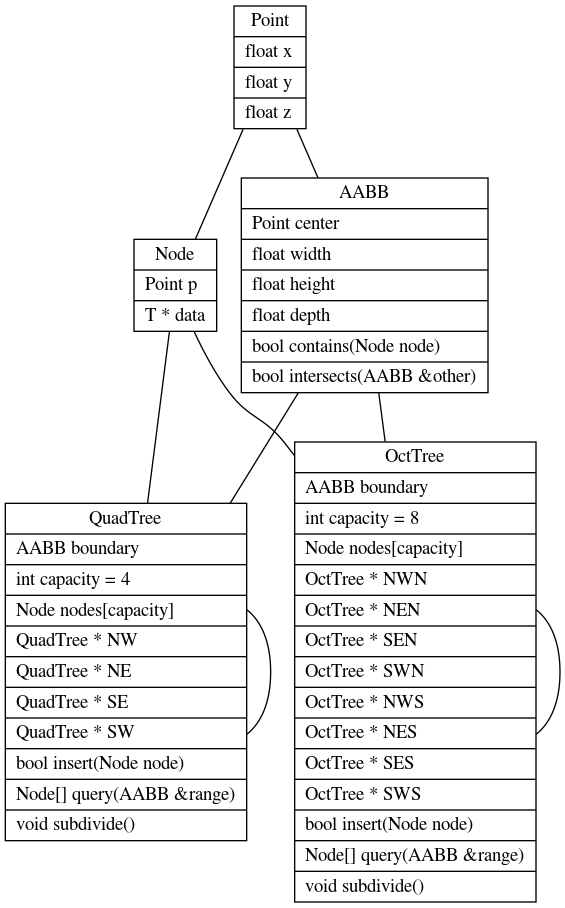
Before: doc/namespace.png, a diagram exported from Graphviz (pvorselaars/spatial-tree). Its source is kept beside it as doc/namespace.dot. Its diagram source:
```dot
graph namespace {

	node [shape=record]

	Point [label="{\N|
			float x\l|
			float y\l|
			float z\l}"]

	Element [label="{Node|
			  Point p\l|
			  T * data}"]

	AABB [label="{\N|
			Point center\l|
			float width\l|
			float height\l|
			float depth\l|
			bool contains(Node node)\l|
			bool intersects(AABB &other)\l}"]

	QuadTree [label="{\N|
			   AABB boundary\l|
			   int capacity = 4\l|
			   Node nodes[capacity]\l|
			   QuadTree * NW\l|
			   QuadTree * NE\l|
			   QuadTree * SE\l|
			   QuadTree * SW\l|
			   bool insert(Node node)\l|
			   Node[] query(AABB &range)\l|
			   void subdivide()\l}"]

	OctTree [label="{\N|
			  AABB boundary\l|
			  int capacity = 8\l|
			  Node nodes[capacity]\l|
			  OctTree * NWN\l|
			  OctTree * NEN\l|
			  OctTree * SEN\l|
			  OctTree * SWN\l|
			  OctTree * NWS\l|
			  OctTree * NES\l|
			  OctTree * SES\l|
			  OctTree * SWS\l|
			  bool insert(Node node)\l|
			  Node[] query(AABB &range)\l|
			  void subdivide()\l}"]


	Point -- AABB
	Point -- Element
	Element -- QuadTree
	Element -- OctTree
	AABB -- QuadTree
	AABB -- OctTree
	QuadTree -- QuadTree
	OctTree -- OctTree

}
```
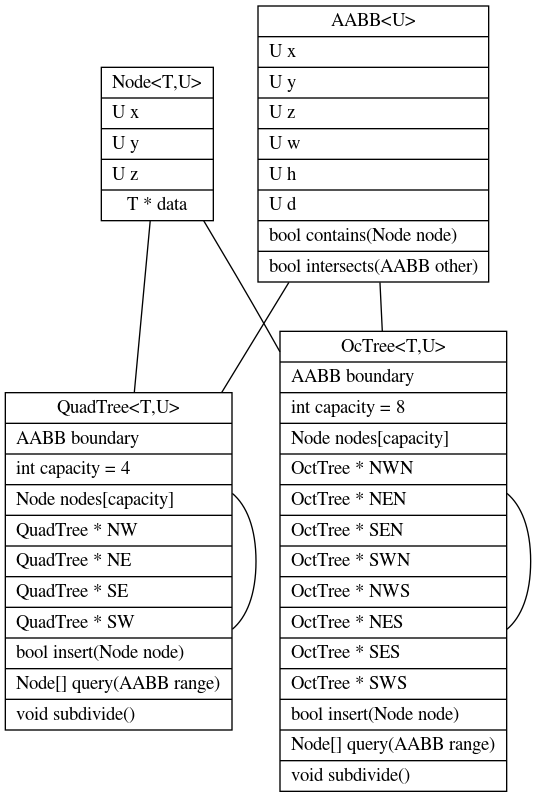
Later version of the same file.

Commit message:
Implemented octree. Updated classes dot. Updated readme.

What changed in the source:
```diff
@@ -2,24 +2,23 @@
 
 	node [shape=record]
 
-	Point [label="{\N|
-			float x\l|
-			float y\l|
-			float z\l}"]
-
-	Element [label="{Node|
-			  Point p\l|
+	Element [label="{Node\<T,U\>|
+			  U x\l|
+			  U y\l|
+			  U z\l|
 			  T * data}"]
 
-	AABB [label="{\N|
-			Point center\l|
-			float width\l|
-			float height\l|
-			float depth\l|
+	AABB [label="{\N\<U\>|
+			U x\l|
+			U y\l|
+			U z\l|
+			U w\l|
+			U h\l|
+			U d\l|
 			bool contains(Node node)\l|
-			bool intersects(AABB &other)\l}"]
+			bool intersects(AABB other)\l}"]
 
-	QuadTree [label="{\N|
+	QuadTree [label="{\N\<T,U\>|
 			   AABB boundary\l|
 			   int capacity = 4\l|
 			   Node nodes[capacity]\l|
@@ -28,10 +27,10 @@
 			   QuadTree * SE\l|
 			   QuadTree * SW\l|
 			   bool insert(Node node)\l|
-			   Node[] query(AABB &range)\l|
+			   Node[] query(AABB range)\l|
 			   void subdivide()\l}"]
 
-	OctTree [label="{\N|
+	OcTree [label="{\N\<T,U\>|
 			  AABB boundary\l|
 			  int capacity = 8\l|
 			  Node nodes[capacity]\l|
@@ -44,17 +43,15 @@
 			  OctTree * SES\l|
 			  OctTree * SWS\l|
 			  bool insert(Node node)\l|
-			  Node[] query(AABB &range)\l|
+			  Node[] query(AABB range)\l|
 			  void subdivide()\l}"]
 
 
-	Point -- AABB
-	Point -- Element
 	Element -- QuadTree
-	Element -- OctTree
+	Element -- OcTree
 	AABB -- QuadTree
-	AABB -- OctTree
+	AABB -- OcTree
 	QuadTree -- QuadTree
-	OctTree -- OctTree
+	OcTree -- OcTree
 
 }
```
